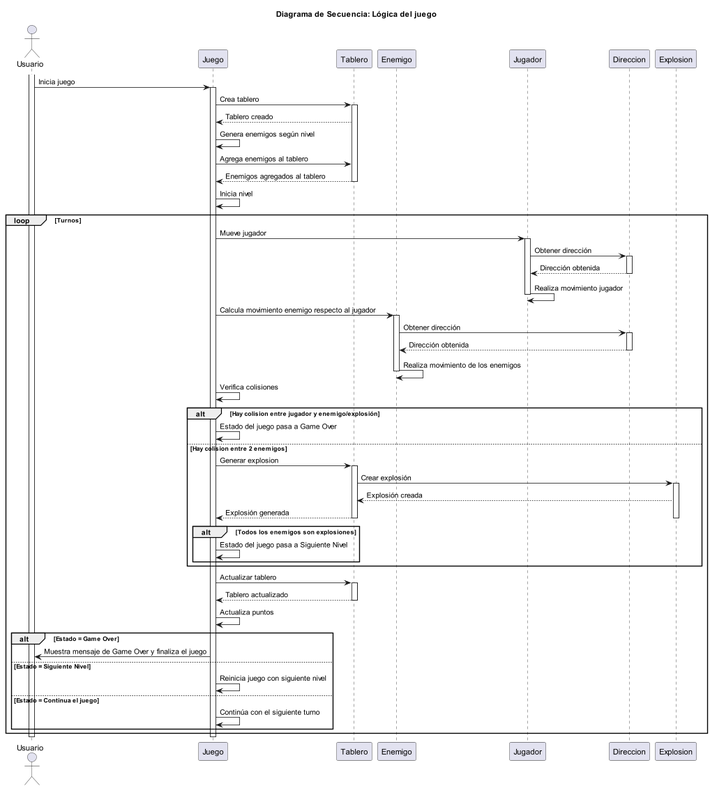
Before: doc/diagrama de secuencia lógica.png, a diagram exported from PlantUML (FelipeAscencio/TP1_ParadigmasDeLaProgramacion).
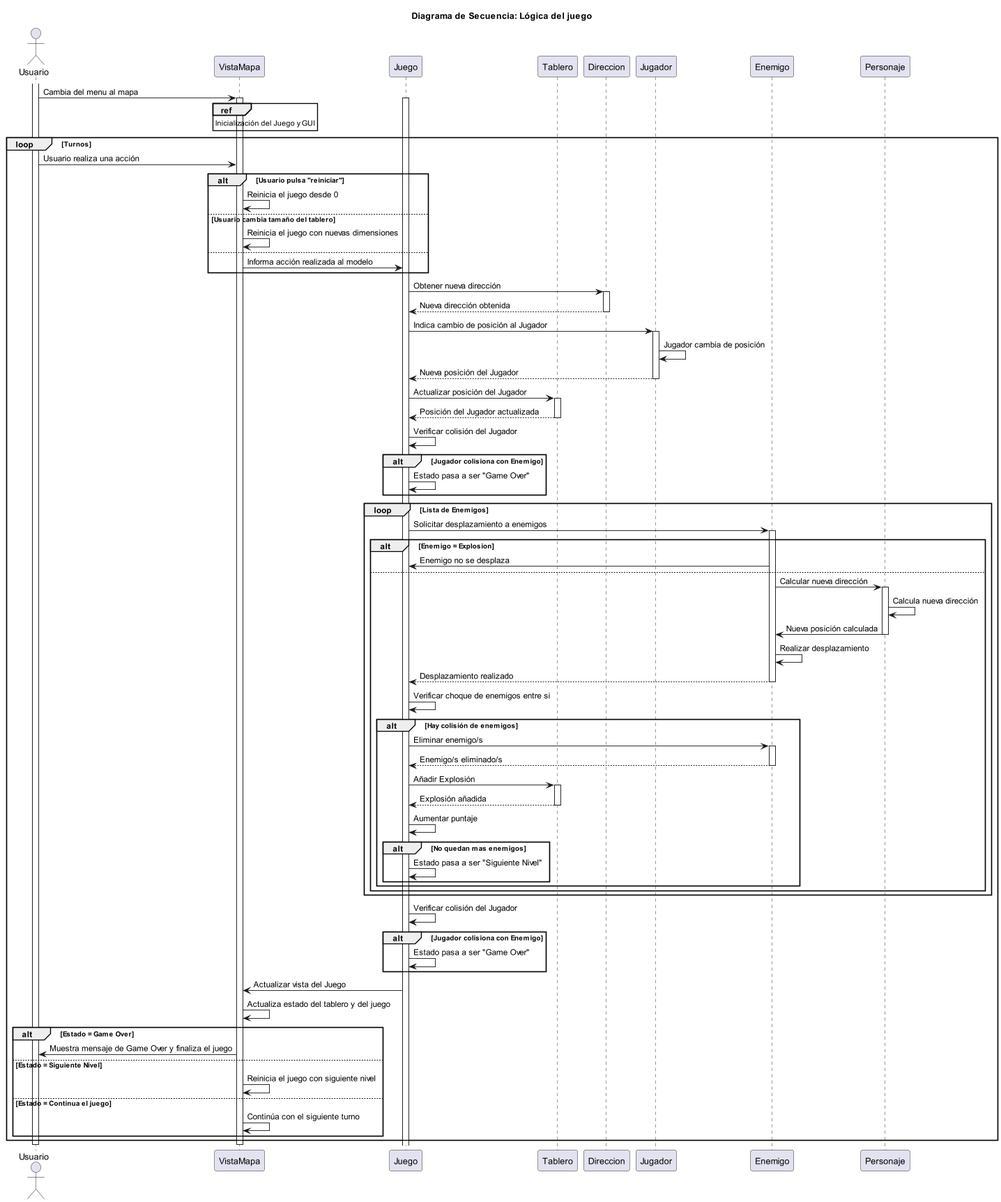
After the commit.

Commit message:
Nuevos Diagramas de Secuencia

What changed in the source:
```diff
@@ -3,77 +3,102 @@
 title Diagrama de Secuencia: Lógica del juego
 
 actor Usuario
+participant "VistaMapa" as Vista
 participant "Juego" as Juego
 participant "Tablero" as Tablero
+participant "Direccion" as Direccion
+participant "Jugador" as Jugador
 participant "Enemigo" as Enemigo
-participant "Jugador" as Jugador
-participant "Direccion" as Direccion
-participant "Explosion" as Explosion
+participant "Personaje" as Personaje
 
 activate Usuario
-Usuario -> Juego: Inicia juego
+Usuario -> Vista: Cambia del menu al mapa
+activate Vista
 
+ref over Vista: Inicialización del Juego y GUI
 activate Juego
-Juego -> Tablero: Crea tablero
-activate Tablero
-Tablero --> Juego: Tablero creado
-Juego -> Juego: Genera enemigos según nivel
-Juego -> Tablero: Agrega enemigos al tablero
-Tablero --> Juego: Enemigos agregados al tablero
-deactivate Tablero
-
-Juego -> Juego: Inicia nivel
 
 loop Turnos
-    Juego -> Jugador: Mueve jugador
-    activate Jugador
-    Jugador -> Direccion: Obtener dirección
-    activate Direccion
-    Direccion --> Jugador: Dirección obtenida
-    deactivate Direccion
-    Jugador -> Jugador: Realiza movimiento jugador
-    deactivate Jugador
-    Juego -> Enemigo: Calcula movimiento enemigo respecto al jugador
-    activate Enemigo
-    Enemigo -> Direccion: Obtener dirección
-    activate Direccion
-    Direccion --> Enemigo: Dirección obtenida
-    deactivate Direccion
-    Enemigo -> Enemigo: Realiza movimiento de los enemigos
-    deactivate Enemigo
-    Juego -> Juego: Verifica colisiones
-    alt Hay colision entre jugador y enemigo/explosión
-            Juego -> Juego: Estado del juego pasa a Game Over
-        else Hay colision entre 2 enemigos
-            Juego -> Tablero: Generar explosion
-            activate Tablero
-            Tablero -> Explosion: Crear explosión
-            activate Explosion
-            Explosion --> Tablero: Explosión creada
-            Tablero --> Juego: Explosión generada
-            deactivate Tablero
-            deactivate Explosion
-            alt Todos los enemigos son explosiones
-                Juego -> Juego: Estado del juego pasa a Siguiente Nivel
-                end
+    Usuario -> Vista: Usuario realiza una acción
+        alt Usuario pulsa "reiniciar"
+                Vista -> Vista: Reinicia el juego desde 0
+            else Usuario cambia tamaño del tablero
+                Vista -> Vista: Reinicia el juego con nuevas dimensiones
+            else
+                Vista -> Juego: Informa acción realizada al modelo
         end
 
-    Juego -> Tablero: Actualizar tablero
-    activate Tablero
-    Tablero --> Juego: Tablero actualizado
-    deactivate Tablero
-    Juego -> Juego: Actualiza puntos
+        Juego -> Direccion: Obtener nueva dirección
+        activate Direccion
+        Direccion --> Juego: Nueva dirección obtenida
+        deactivate Direccion
 
-    alt Estado = Game Over
-            Juego -> Usuario: Muestra mensaje de Game Over y finaliza el juego
-        else Estado = Siguiente Nivel
-            Juego -> Juego: Reinicia juego con siguiente nivel
-        else Estado = Continua el juego
-            Juego -> Juego: Continúa con el siguiente turno
+        Juego -> Jugador: Indica cambio de posición al Jugador
+        activate Jugador
+        Jugador -> Jugador: Jugador cambia de posición
+        Jugador --> Juego: Nueva posición del Jugador
+        deactivate Jugador
+
+        Juego -> Tablero: Actualizar posición del Jugador
+        activate Tablero
+        Tablero --> Juego: Posición del Jugador actualizada
+        deactivate Tablero
+
+        Juego -> Juego: Verificar colisión del Jugador
+        alt Jugador colisiona con Enemigo
+            Juego -> Juego: Estado pasa a ser "Game Over"
+        end
+
+        loop Lista de Enemigos
+            Juego -> Enemigo: Solicitar desplazamiento a enemigos
+            activate Enemigo
+            alt Enemigo = Explosion
+                Enemigo -> Juego: Enemigo no se desplaza
+                else
+                Enemigo -> Personaje: Calcular nueva dirección
+                activate Personaje
+                Personaje -> Personaje: Calcula nueva dirección
+                Personaje -> Enemigo: Nueva posición calculada
+                deactivate Personaje
+                Enemigo -> Enemigo: Realizar desplazamiento
+                Enemigo --> Juego: Desplazamiento realizado
+                deactivate Enemigo
+                Juego -> Juego: Verificar choque de enemigos entre si
+                alt Hay colisión de enemigos
+                    Juego -> Enemigo: Eliminar enemigo/s
+                    activate Enemigo
+                    Enemigo --> Juego: Enemigo/s eliminado/s
+                    deactivate Enemigo
+                    Juego -> Tablero: Añadir Explosión
+                    activate Tablero
+                    Tablero --> Juego: Explosión añadida
+                    deactivate Tablero
+                    Juego -> Juego: Aumentar puntaje
+                    alt No quedan mas enemigos
+                        Juego -> Juego: Estado pasa a ser "Siguiente Nivel"
+                        end
+                end
+            end
+        end
+
+        Juego -> Juego: Verificar colisión del Jugador
+        alt Jugador colisiona con Enemigo
+            Juego -> Juego: Estado pasa a ser "Game Over"
+        end
+
+        Juego -> Vista: Actualizar vista del Juego
+
+        Vista -> Vista: Actualiza estado del tablero y del juego
+        alt Estado = Game Over
+                Vista -> Usuario: Muestra mensaje de Game Over y finaliza el juego
+            else Estado = Siguiente Nivel
+                Vista -> Vista: Reinicia el juego con siguiente nivel
+            else Estado = Continua el juego
+                Vista -> Vista: Continúa con el siguiente turno
         end
 end
 
-deactivate Juego
+deactivate Vista
 deactivate Usuario
 
 @enduml
```
